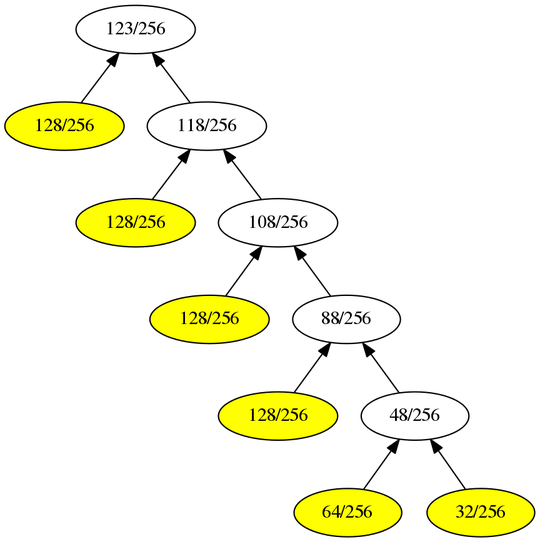
The Graphviz diagram GuiTool/image/Remia/RemiaDot.png in iitramar/guiTool, before a commit. Its source is kept beside it as GuiTool/image/Remia/RemiaDot.dot.
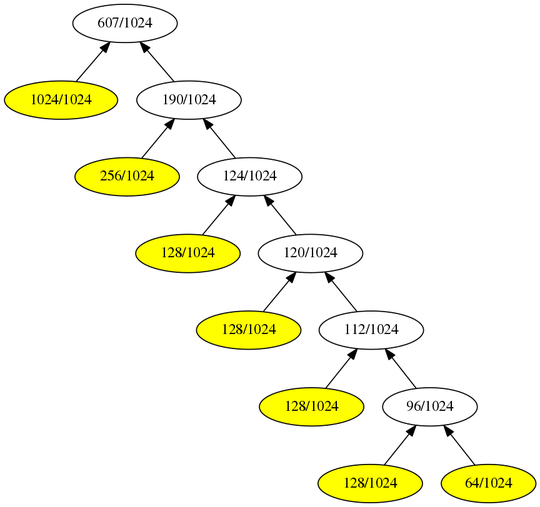
Above is the later version.

The edit, as a diff of the source:
```diff
@@ -1,30 +1,35 @@
 digraph G {
 rankdir = BT;
-1[label= " 123/256 " ];
-2[label= " 128/256 " ];
+1[label= " 607/1024 " ];
+2[label= " 1024/1024 " ];
 2->1
-3[label= " 118/256 " ];
+3[label= " 190/1024 " ];
 3->1
 2[style=filled, fillcolor=yellow];
-6[label= " 128/256 " ];
+6[label= " 256/1024 " ];
 6->3
-7[label= " 108/256 " ];
+7[label= " 124/1024 " ];
 7->3
 6[style=filled, fillcolor=yellow];
-14[label= " 128/256 " ];
+14[label= " 128/1024 " ];
 14->7
-15[label= " 88/256 " ];
+15[label= " 120/1024 " ];
 15->7
 14[style=filled, fillcolor=yellow];
-30[label= " 128/256 " ];
+30[label= " 128/1024 " ];
 30->15
-31[label= " 48/256 " ];
+31[label= " 112/1024 " ];
 31->15
 30[style=filled, fillcolor=yellow];
-62[label= " 64/256 " ];
+62[label= " 128/1024 " ];
 62->31
-63[label= " 32/256 " ];
+63[label= " 96/1024 " ];
 63->31
 62[style=filled, fillcolor=yellow];
-63[style=filled, fillcolor=yellow];
+126[label= " 128/1024 " ];
+126->63
+127[label= " 64/1024 " ];
+127->63
+126[style=filled, fillcolor=yellow];
+127[style=filled, fillcolor=yellow];
 }
```
